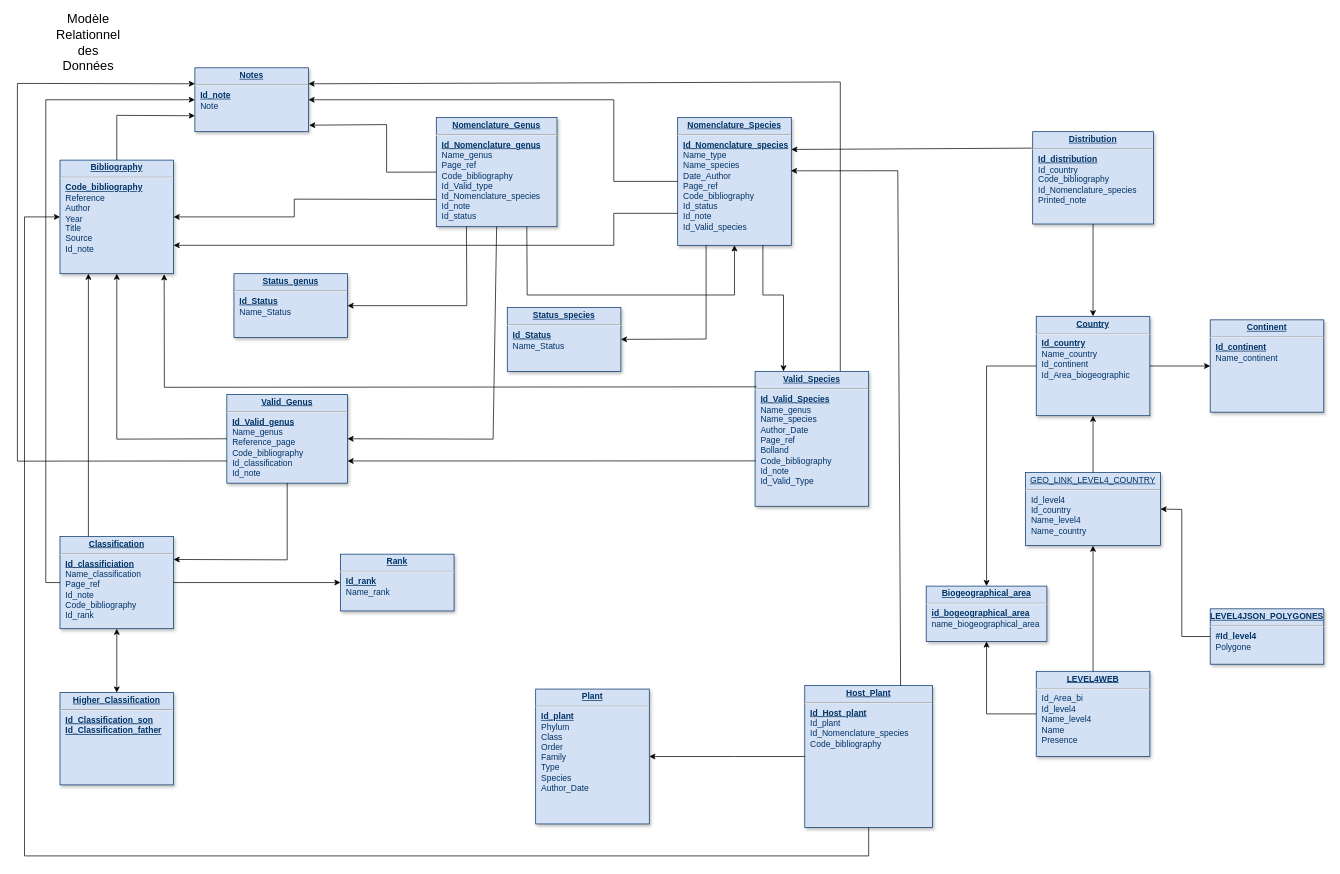
Above: Rapport de stage/Analyse/MRD.drawio in franckdor/spmdev2022 (draw.io), before the change. Source tidied: cells renumbered, new cells numbered last; positions are measured from the earlier drawing's top-left corner, leaving out a move shared by most shapes. Both pictures are drawn from the tidied source at 71%, with x=0, y=0 at pixel (17, 32).
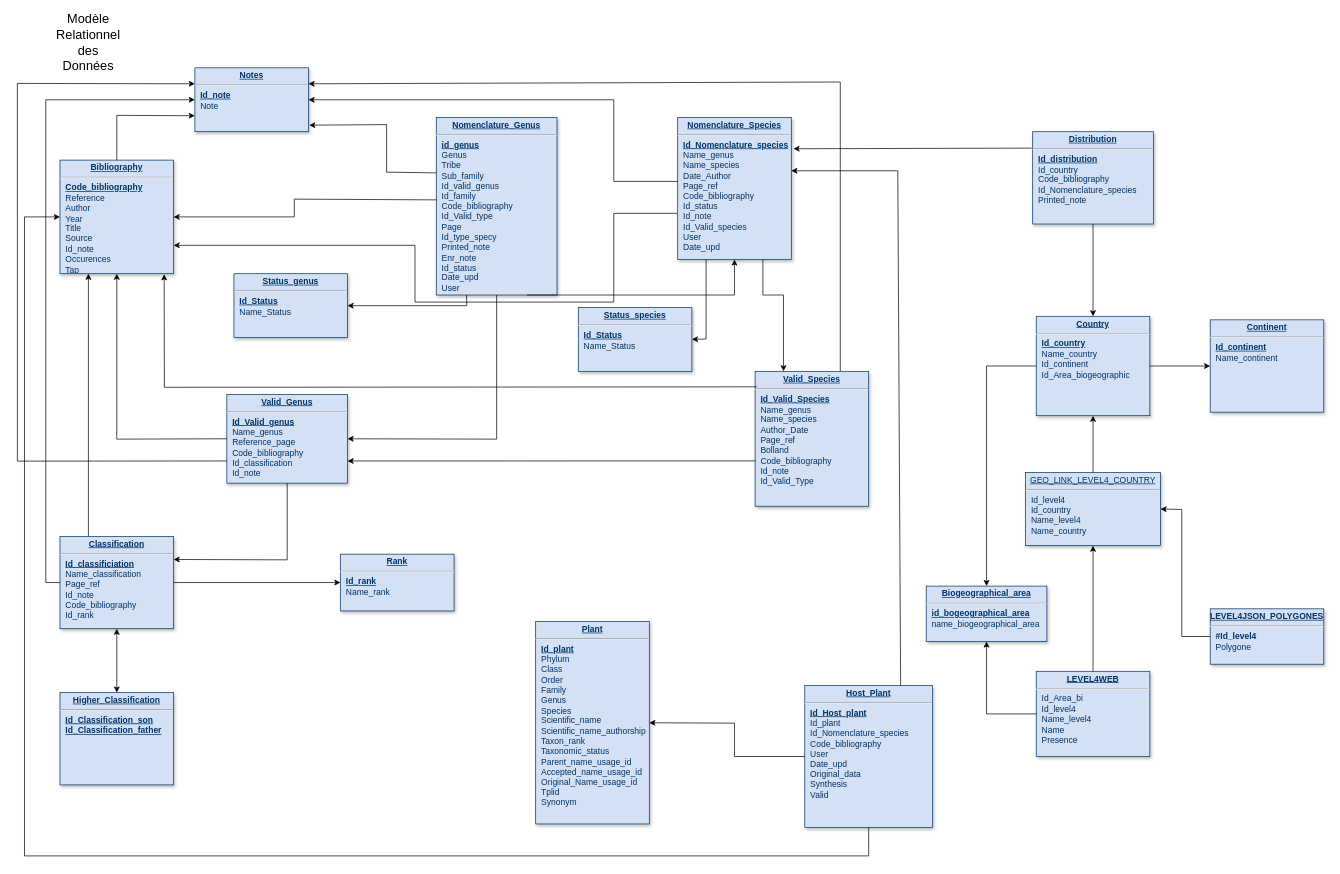
After the change.

Unchanged cells that the change refers to:
```xml
<mxCell id="2" value="&lt;p style=&quot;margin: 0px ; margin-top: 4px ; text-align: center ; text-decoration: underline&quot;&gt;&lt;b&gt;Valid_Genus&lt;/b&gt;&lt;/p&gt;&lt;hr&gt;&lt;p style=&quot;margin: 0px ; margin-left: 8px&quot;&gt;&lt;b&gt;&lt;u&gt;Id_Valid_genus&lt;/u&gt;&lt;/b&gt;&lt;/p&gt;&lt;p style=&quot;margin: 0px ; margin-left: 8px&quot;&gt;Name_genus&lt;/p&gt;&lt;p style=&quot;margin: 0px ; margin-left: 8px&quot;&gt;Reference_page&lt;/p&gt;&lt;p style=&quot;margin: 0px ; margin-left: 8px&quot;&gt;Code_bibliography&lt;/p&gt;&lt;p style=&quot;margin: 0px ; margin-left: 8px&quot;&gt;Id_classification&lt;/p&gt;&lt;p style=&quot;margin: 0px ; margin-left: 8px&quot;&gt;Id_note&lt;/p&gt;" style="verticalAlign=top;align=left;overflow=fill;fontSize=12;fontFamily=Helvetica;html=1;strokeColor=#003366;shadow=1;fillColor=#D4E1F5;fontColor=#003366;" parent="1" vertex="1">
  <mxGeometry x="295" y="510" width="170" height="125" as="geometry" />
</mxCell>
<mxCell id="9" value="&lt;p style=&quot;margin: 0px ; margin-top: 4px ; text-align: center ; text-decoration: underline&quot;&gt;&lt;strong&gt;Distribution&lt;/strong&gt;&lt;/p&gt;&lt;hr&gt;&lt;p style=&quot;margin: 0px ; margin-left: 8px&quot;&gt;&lt;u&gt;&lt;b&gt;Id_distribution&lt;/b&gt;&lt;/u&gt;&lt;/p&gt;&lt;p style=&quot;margin: 0px ; margin-left: 8px&quot;&gt;Id_country&lt;/p&gt;&lt;p style=&quot;margin: 0px ; margin-left: 8px&quot;&gt;Code_bibliography&lt;/p&gt;&lt;p style=&quot;margin: 0px ; margin-left: 8px&quot;&gt;Id_Nomenclature_species&lt;/p&gt;&lt;p style=&quot;margin: 0px ; margin-left: 8px&quot;&gt;Printed_note&lt;/p&gt;&lt;p style=&quot;margin: 0px ; margin-left: 8px&quot;&gt;&lt;br&gt;&lt;/p&gt;" style="verticalAlign=top;align=left;overflow=fill;fontSize=12;fontFamily=Helvetica;html=1;strokeColor=#003366;shadow=1;fillColor=#D4E1F5;fontColor=#003366;" parent="1" vertex="1">
  <mxGeometry x="1430" y="140" width="170" height="130" as="geometry" />
</mxCell>
<mxCell id="19" value="&lt;p style=&quot;margin: 0px ; margin-top: 4px ; text-align: center ; text-decoration: underline&quot;&gt;&lt;strong&gt;Notes&lt;/strong&gt;&lt;/p&gt;&lt;hr&gt;&lt;p style=&quot;margin: 0px ; margin-left: 8px&quot;&gt;&lt;u&gt;&lt;b&gt;Id_note&lt;/b&gt;&lt;/u&gt;&lt;/p&gt;&lt;p style=&quot;margin: 0px ; margin-left: 8px&quot;&gt;Note&lt;/p&gt;&lt;p style=&quot;margin: 0px ; margin-left: 8px&quot;&gt;&lt;br&gt;&lt;/p&gt;" style="verticalAlign=top;align=left;overflow=fill;fontSize=12;fontFamily=Helvetica;html=1;strokeColor=#003366;shadow=1;fillColor=#D4E1F5;fontColor=#003366;" parent="1" vertex="1">
  <mxGeometry x="250" y="50" width="160" height="90" as="geometry" />
</mxCell>
```

What changed in the source:
```diff
@@
-    <mxCell id="3" value="&lt;p style=&quot;margin: 0px ; margin-top: 4px ; text-align: center ; text-decoration: underline&quot;&gt;&lt;b&gt;Bibliography&lt;/b&gt;&lt;/p&gt;&lt;hr&gt;&lt;p style=&quot;margin: 0px ; margin-left: 8px&quot;&gt;&lt;b&gt;&lt;u&gt;Code_bibliography&lt;/u&gt;&lt;/b&gt;&lt;/p&gt;&lt;p style=&quot;margin: 0px ; margin-left: 8px&quot;&gt;Reference&lt;/p&gt;&lt;p style=&quot;margin: 0px ; margin-left: 8px&quot;&gt;Author&lt;/p&gt;&lt;p style=&quot;margin: 0px ; margin-left: 8px&quot;&gt;Year&lt;/p&gt;&lt;p style=&quot;margin: 0px ; margin-left: 8px&quot;&gt;Title&lt;/p&gt;&lt;p style=&quot;margin: 0px ; margin-left: 8px&quot;&gt;Source&lt;/p&gt;&lt;p style=&quot;margin: 0px ; margin-left: 8px&quot;&gt;Id_note&lt;/p&gt;" style="verticalAlign=top;align=left;overflow=fill;fontSize=12;fontFamily=Helvetica;html=1;strokeColor=#003366;shadow=1;fillColor=#D4E1F5;fontColor=#003366;" parent="1" vertex="1">
+    <mxCell id="3" value="&lt;p style=&quot;margin: 0px ; margin-top: 4px ; text-align: center ; text-decoration: underline&quot;&gt;&lt;b&gt;Bibliography&lt;/b&gt;&lt;/p&gt;&lt;hr&gt;&lt;p style=&quot;margin: 0px ; margin-left: 8px&quot;&gt;&lt;b&gt;&lt;u&gt;Code_bibliography&lt;/u&gt;&lt;/b&gt;&lt;/p&gt;&lt;p style=&quot;margin: 0px ; margin-left: 8px&quot;&gt;Reference&lt;/p&gt;&lt;p style=&quot;margin: 0px ; margin-left: 8px&quot;&gt;Author&lt;/p&gt;&lt;p style=&quot;margin: 0px ; margin-left: 8px&quot;&gt;Year&lt;/p&gt;&lt;p style=&quot;margin: 0px ; margin-left: 8px&quot;&gt;Title&lt;/p&gt;&lt;p style=&quot;margin: 0px ; margin-left: 8px&quot;&gt;Source&lt;/p&gt;&lt;p style=&quot;margin: 0px ; margin-left: 8px&quot;&gt;Id_note&lt;/p&gt;&lt;p style=&quot;margin: 0px ; margin-left: 8px&quot;&gt;Occurences&lt;/p&gt;&lt;p style=&quot;margin: 0px ; margin-left: 8px&quot;&gt;Tap&lt;/p&gt;" style="verticalAlign=top;align=left;overflow=fill;fontSize=12;fontFamily=Helvetica;html=1;strokeColor=#003366;shadow=1;fillColor=#D4E1F5;fontColor=#003366;" parent="1" vertex="1">
       <mxGeometry x="60" y="180" width="160" height="160" as="geometry" />
     </mxCell>
@@
-    <mxCell id="7" value="&lt;p style=&quot;margin: 0px ; margin-top: 4px ; text-align: center ; text-decoration: underline&quot;&gt;&lt;b&gt;Nomenclature_Species&lt;/b&gt;&lt;/p&gt;&lt;hr&gt;&lt;p style=&quot;margin: 0px ; margin-left: 8px&quot;&gt;&lt;b&gt;&lt;u&gt;Id_Nomenclature_species&lt;/u&gt;&lt;/b&gt;&lt;/p&gt;&lt;p style=&quot;margin: 0px ; margin-left: 8px&quot;&gt;Name_type&lt;/p&gt;&lt;p style=&quot;margin: 0px ; margin-left: 8px&quot;&gt;Name_species&lt;/p&gt;&lt;p style=&quot;margin: 0px ; margin-left: 8px&quot;&gt;Date_Author&lt;/p&gt;&lt;p style=&quot;margin: 0px ; margin-left: 8px&quot;&gt;Page_ref&lt;/p&gt;&lt;p style=&quot;margin: 0px ; margin-left: 8px&quot;&gt;Code_bibliography&lt;/p&gt;&lt;p style=&quot;margin: 0px ; margin-left: 8px&quot;&gt;Id_status&lt;/p&gt;&lt;p style=&quot;margin: 0px ; margin-left: 8px&quot;&gt;Id_note&lt;/p&gt;&lt;p style=&quot;margin: 0px ; margin-left: 8px&quot;&gt;Id_Valid_species&lt;/p&gt;&lt;p style=&quot;margin: 0px ; margin-left: 8px&quot;&gt;&lt;br&gt;&lt;/p&gt;" style="verticalAlign=top;align=left;overflow=fill;fontSize=12;fontFamily=Helvetica;html=1;strokeColor=#003366;shadow=1;fillColor=#D4E1F5;fontColor=#003366;" parent="1" vertex="1">
-      <mxGeometry x="930" y="120" width="160" height="180" as="geometry" />
+    <mxCell id="7" value="&lt;p style=&quot;margin: 0px ; margin-top: 4px ; text-align: center ; text-decoration: underline&quot;&gt;&lt;b&gt;Nomenclature_Species&lt;/b&gt;&lt;/p&gt;&lt;hr&gt;&lt;p style=&quot;margin: 0px ; margin-left: 8px&quot;&gt;&lt;b&gt;&lt;u&gt;Id_Nomenclature_species&lt;/u&gt;&lt;/b&gt;&lt;/p&gt;&lt;p style=&quot;margin: 0px ; margin-left: 8px&quot;&gt;Name_genus&lt;/p&gt;&lt;p style=&quot;margin: 0px ; margin-left: 8px&quot;&gt;Name_species&lt;/p&gt;&lt;p style=&quot;margin: 0px ; margin-left: 8px&quot;&gt;Date_Author&lt;/p&gt;&lt;p style=&quot;margin: 0px ; margin-left: 8px&quot;&gt;Page_ref&lt;/p&gt;&lt;p style=&quot;margin: 0px ; margin-left: 8px&quot;&gt;Code_bibliography&lt;/p&gt;&lt;p style=&quot;margin: 0px ; margin-left: 8px&quot;&gt;Id_status&lt;/p&gt;&lt;p style=&quot;margin: 0px ; margin-left: 8px&quot;&gt;Id_note&lt;/p&gt;&lt;p style=&quot;margin: 0px ; margin-left: 8px&quot;&gt;Id_Valid_species&lt;/p&gt;&lt;p style=&quot;margin: 0px ; margin-left: 8px&quot;&gt;User&lt;/p&gt;&lt;p style=&quot;margin: 0px ; margin-left: 8px&quot;&gt;Date_upd&lt;/p&gt;&lt;p style=&quot;margin: 0px ; margin-left: 8px&quot;&gt;&lt;br&gt;&lt;/p&gt;" style="verticalAlign=top;align=left;overflow=fill;fontSize=12;fontFamily=Helvetica;html=1;strokeColor=#003366;shadow=1;fillColor=#D4E1F5;fontColor=#003366;" parent="1" vertex="1">
+      <mxGeometry x="930" y="120" width="160" height="200" as="geometry" />
     </mxCell>
@@
-    <mxCell id="11" value="&lt;p style=&quot;margin: 0px ; margin-top: 4px ; text-align: center ; text-decoration: underline&quot;&gt;&lt;b&gt;Nomenclature_Genus&lt;/b&gt;&lt;/p&gt;&lt;hr&gt;&lt;p style=&quot;margin: 0px ; margin-left: 8px&quot;&gt;&lt;b&gt;&lt;u&gt;Id_Nomenclature_genus&lt;/u&gt;&lt;/b&gt;&lt;/p&gt;&lt;p style=&quot;margin: 0px ; margin-left: 8px&quot;&gt;Name_genus&lt;/p&gt;&lt;p style=&quot;margin: 0px ; margin-left: 8px&quot;&gt;Page_ref&lt;/p&gt;&lt;p style=&quot;margin: 0px ; margin-left: 8px&quot;&gt;Code_bibliography&lt;/p&gt;&lt;p style=&quot;margin: 0px ; margin-left: 8px&quot;&gt;Id_Valid_type&lt;/p&gt;&lt;p style=&quot;margin: 0px ; margin-left: 8px&quot;&gt;Id_Nomenclature_species&lt;/p&gt;&lt;p style=&quot;margin: 0px ; margin-left: 8px&quot;&gt;Id_note&lt;/p&gt;&lt;p style=&quot;margin: 0px ; margin-left: 8px&quot;&gt;Id_status&lt;/p&gt;" style="verticalAlign=top;align=left;overflow=fill;fontSize=12;fontFamily=Helvetica;html=1;strokeColor=#003366;shadow=1;fillColor=#D4E1F5;fontColor=#003366;" parent="1" vertex="1">
-      <mxGeometry x="590" y="120" width="170" height="153.8" as="geometry" />
+    <mxCell id="11" value="&lt;p style=&quot;margin: 0px ; margin-top: 4px ; text-align: center ; text-decoration: underline&quot;&gt;&lt;b&gt;Nomenclature_Genus&lt;/b&gt;&lt;/p&gt;&lt;hr&gt;&lt;p style=&quot;margin: 0px ; margin-left: 8px&quot;&gt;&lt;b&gt;&lt;u&gt;id_genus&lt;/u&gt;&lt;/b&gt;&lt;/p&gt;&lt;p style=&quot;margin: 0px ; margin-left: 8px&quot;&gt;Genus&lt;/p&gt;&lt;p style=&quot;margin: 0px ; margin-left: 8px&quot;&gt;Tribe&lt;/p&gt;&lt;p style=&quot;margin: 0px ; margin-left: 8px&quot;&gt;Sub_family&lt;/p&gt;&lt;p style=&quot;margin: 0px ; margin-left: 8px&quot;&gt;Id_valid_genus&lt;/p&gt;&lt;p style=&quot;margin: 0px ; margin-left: 8px&quot;&gt;Id_family&lt;/p&gt;&lt;p style=&quot;margin: 0px ; margin-left: 8px&quot;&gt;&lt;span style=&quot;background-color: initial;&quot;&gt;Code_bibliography&lt;/span&gt;&lt;br&gt;&lt;/p&gt;&lt;p style=&quot;margin: 0px ; margin-left: 8px&quot;&gt;&lt;span style=&quot;background-color: initial;&quot;&gt;Id_Valid_type&lt;/span&gt;&lt;br&gt;&lt;/p&gt;&lt;p style=&quot;margin: 0px ; margin-left: 8px&quot;&gt;&lt;span style=&quot;background-color: initial;&quot;&gt;Page&lt;/span&gt;&lt;/p&gt;&lt;p style=&quot;margin: 0px ; margin-left: 8px&quot;&gt;Id_type_specy&lt;/p&gt;&lt;p style=&quot;margin: 0px ; margin-left: 8px&quot;&gt;Printed_note&lt;/p&gt;&lt;p style=&quot;margin: 0px ; margin-left: 8px&quot;&gt;Enr_note&lt;/p&gt;&lt;p style=&quot;margin: 0px ; margin-left: 8px&quot;&gt;Id_status&lt;/p&gt;&lt;p style=&quot;margin: 0px ; margin-left: 8px&quot;&gt;Date_upd&lt;/p&gt;&lt;p style=&quot;margin: 0px ; margin-left: 8px&quot;&gt;User&lt;/p&gt;" style="verticalAlign=top;align=left;overflow=fill;fontSize=12;fontFamily=Helvetica;html=1;strokeColor=#003366;shadow=1;fillColor=#D4E1F5;fontColor=#003366;" parent="1" vertex="1">
+      <mxGeometry x="590" y="120" width="170" height="250" as="geometry" />
     </mxCell>
-    <mxCell id="12" value="&lt;p style=&quot;margin: 0px ; margin-top: 4px ; text-align: center ; text-decoration: underline&quot;&gt;&lt;b&gt;Plant&lt;/b&gt;&lt;/p&gt;&lt;hr&gt;&lt;p style=&quot;margin: 0px ; margin-left: 8px&quot;&gt;&lt;b&gt;&lt;u&gt;Id_plant&lt;/u&gt;&lt;/b&gt;&lt;/p&gt;&lt;p style=&quot;margin: 0px ; margin-left: 8px&quot;&gt;Phylum&lt;/p&gt;&lt;p style=&quot;margin: 0px ; margin-left: 8px&quot;&gt;Class&lt;/p&gt;&lt;p style=&quot;margin: 0px ; margin-left: 8px&quot;&gt;Order&lt;/p&gt;&lt;p style=&quot;margin: 0px ; margin-left: 8px&quot;&gt;Family&lt;/p&gt;&lt;p style=&quot;margin: 0px ; margin-left: 8px&quot;&gt;Type&lt;/p&gt;&lt;p style=&quot;margin: 0px ; margin-left: 8px&quot;&gt;Species&lt;/p&gt;&lt;p style=&quot;margin: 0px ; margin-left: 8px&quot;&gt;Author_Date&lt;/p&gt;&lt;p style=&quot;margin: 0px ; margin-left: 8px&quot;&gt;&lt;br&gt;&lt;/p&gt;" style="verticalAlign=top;align=left;overflow=fill;fontSize=12;fontFamily=Helvetica;html=1;strokeColor=#003366;shadow=1;fillColor=#D4E1F5;fontColor=#003366;" parent="1" vertex="1">
-      <mxGeometry x="730" y="925" width="160" height="190" as="geometry" />
+    <mxCell id="12" value="&lt;p style=&quot;margin: 0px ; margin-top: 4px ; text-align: center ; text-decoration: underline&quot;&gt;&lt;b&gt;Plant&lt;/b&gt;&lt;/p&gt;&lt;hr&gt;&lt;p style=&quot;margin: 0px ; margin-left: 8px&quot;&gt;&lt;b&gt;&lt;u&gt;Id_plant&lt;/u&gt;&lt;/b&gt;&lt;/p&gt;&lt;p style=&quot;margin: 0px ; margin-left: 8px&quot;&gt;Phylum&lt;/p&gt;&lt;p style=&quot;margin: 0px ; margin-left: 8px&quot;&gt;Class&lt;/p&gt;&lt;p style=&quot;margin: 0px ; margin-left: 8px&quot;&gt;Order&lt;/p&gt;&lt;p style=&quot;margin: 0px ; margin-left: 8px&quot;&gt;Family&lt;/p&gt;&lt;p style=&quot;margin: 0px ; margin-left: 8px&quot;&gt;Genus&lt;/p&gt;&lt;p style=&quot;margin: 0px ; margin-left: 8px&quot;&gt;Species&lt;/p&gt;&lt;p style=&quot;margin: 0px ; margin-left: 8px&quot;&gt;Scientific_name&lt;/p&gt;&lt;p style=&quot;margin: 0px ; margin-left: 8px&quot;&gt;Scientific_name_authorship&lt;/p&gt;&lt;p style=&quot;margin: 0px ; margin-left: 8px&quot;&gt;Taxon_rank&lt;/p&gt;&lt;p style=&quot;margin: 0px ; margin-left: 8px&quot;&gt;Taxonomic_status&lt;/p&gt;&lt;p style=&quot;margin: 0px ; margin-left: 8px&quot;&gt;Parent_name_usage_id&lt;/p&gt;&lt;p style=&quot;margin: 0px ; margin-left: 8px&quot;&gt;Accepted_name_usage_id&lt;/p&gt;&lt;p style=&quot;margin: 0px ; margin-left: 8px&quot;&gt;Original_Name_usage_id&lt;/p&gt;&lt;p style=&quot;margin: 0px ; margin-left: 8px&quot;&gt;Tplid&lt;/p&gt;&lt;p style=&quot;margin: 0px ; margin-left: 8px&quot;&gt;Synonym&lt;/p&gt;&lt;p style=&quot;margin: 0px ; margin-left: 8px&quot;&gt;&lt;br&gt;&lt;/p&gt;" style="verticalAlign=top;align=left;overflow=fill;fontSize=12;fontFamily=Helvetica;html=1;strokeColor=#003366;shadow=1;fillColor=#D4E1F5;fontColor=#003366;" parent="1" vertex="1">
+      <mxGeometry x="730" y="830" width="160" height="285" as="geometry" />
     </mxCell>
@@
-    <mxCell id="20" value="&lt;p style=&quot;margin: 0px ; margin-top: 4px ; text-align: center ; text-decoration: underline&quot;&gt;&lt;b&gt;Host_Plant&lt;/b&gt;&lt;/p&gt;&lt;hr&gt;&lt;p style=&quot;margin: 0px ; margin-left: 8px&quot;&gt;&lt;u&gt;&lt;b&gt;Id_Host_plant&lt;/b&gt;&lt;/u&gt;&lt;/p&gt;&lt;p style=&quot;margin: 0px ; margin-left: 8px&quot;&gt;Id_plant&lt;/p&gt;&lt;p style=&quot;margin: 0px ; margin-left: 8px&quot;&gt;&lt;span style=&quot;background-color: initial;&quot;&gt;Id_Nomenclature_species&lt;/span&gt;&lt;/p&gt;&lt;p style=&quot;margin: 0px ; margin-left: 8px&quot;&gt;Code_bibliography&lt;/p&gt;" style="verticalAlign=top;align=left;overflow=fill;fontSize=12;fontFamily=Helvetica;html=1;strokeColor=#003366;shadow=1;fillColor=#D4E1F5;fontColor=#003366;" parent="1" vertex="1">
+    <mxCell id="20" value="&lt;p style=&quot;margin: 0px ; margin-top: 4px ; text-align: center ; text-decoration: underline&quot;&gt;&lt;b&gt;Host_Plant&lt;/b&gt;&lt;/p&gt;&lt;hr&gt;&lt;p style=&quot;margin: 0px ; margin-left: 8px&quot;&gt;&lt;u&gt;&lt;b&gt;Id_Host_plant&lt;/b&gt;&lt;/u&gt;&lt;/p&gt;&lt;p style=&quot;margin: 0px ; margin-left: 8px&quot;&gt;Id_plant&lt;/p&gt;&lt;p style=&quot;margin: 0px ; margin-left: 8px&quot;&gt;&lt;span style=&quot;background-color: initial;&quot;&gt;Id_Nomenclature_species&lt;/span&gt;&lt;/p&gt;&lt;p style=&quot;margin: 0px ; margin-left: 8px&quot;&gt;Code_bibliography&lt;/p&gt;&lt;p style=&quot;margin: 0px ; margin-left: 8px&quot;&gt;User&lt;/p&gt;&lt;p style=&quot;margin: 0px ; margin-left: 8px&quot;&gt;Date_upd&lt;/p&gt;&lt;p style=&quot;margin: 0px ; margin-left: 8px&quot;&gt;Original_data&lt;/p&gt;&lt;p style=&quot;margin: 0px ; margin-left: 8px&quot;&gt;Synthesis&lt;/p&gt;&lt;p style=&quot;margin: 0px ; margin-left: 8px&quot;&gt;Valid&lt;/p&gt;" style="verticalAlign=top;align=left;overflow=fill;fontSize=12;fontFamily=Helvetica;html=1;strokeColor=#003366;shadow=1;fillColor=#D4E1F5;fontColor=#003366;" parent="1" vertex="1">
       <mxGeometry x="1109" y="920" width="180" height="200" as="geometry" />
     </mxCell>
-    <mxCell id="21" style="endArrow=classic;html=1;rounded=0;exitX=0;exitY=0.5;exitDx=0;exitDy=0;entryX=1.006;entryY=0.898;entryDx=0;entryDy=0;entryPerimeter=0;" parent="1" edge="1" source="11" target="19">
+    <mxCell id="21" style="endArrow=classic;html=1;rounded=0;exitX=0;exitY=0.312;exitDx=0;exitDy=0;entryX=1.006;entryY=0.898;entryDx=0;entryDy=0;entryPerimeter=0;exitPerimeter=0;" parent="1" edge="1" source="11" target="19">
       <mxGeometry relative="1" as="geometry">
         <Array as="points">
           <mxPoint x="520" y="197" />
           <mxPoint x="520" y="130" />
         </Array>
       </mxGeometry>
     </mxCell>
-    <mxCell id="22" style="endArrow=classic;html=1;rounded=0;entryX=1;entryY=0.5;entryDx=0;entryDy=0;exitX=0;exitY=0.5;exitDx=0;exitDy=0;" parent="1" edge="1" source="7" target="19">
+    <mxCell id="22" style="endArrow=classic;html=1;rounded=0;entryX=1;entryY=0.5;entryDx=0;entryDy=0;exitX=0;exitY=0.45;exitDx=0;exitDy=0;exitPerimeter=0;" parent="1" edge="1" source="7" target="19">
       <mxGeometry relative="1" as="geometry">
         <Array as="points">
           <mxPoint x="840" y="210" />
           <mxPoint x="840" y="95" />
         </Array>
       </mxGeometry>
     </mxCell>
@@
     <mxCell id="26" style="endArrow=classic;html=1;rounded=0;exitX=0.5;exitY=1;exitDx=0;exitDy=0;entryX=1;entryY=0.5;entryDx=0;entryDy=0;" parent="1" edge="1" source="11" target="2">
       <mxGeometry relative="1" as="geometry">
         <Array as="points">
-          <mxPoint x="670" y="573" />
+          <mxPoint x="675" y="573" />
         </Array>
       </mxGeometry>
     </mxCell>
-    <mxCell id="27" style="endArrow=classic;html=1;rounded=0;exitX=0;exitY=0.75;exitDx=0;exitDy=0;entryX=1;entryY=0.5;entryDx=0;entryDy=0;" parent="1" edge="1" source="11" target="3">
+    <mxCell id="27" style="endArrow=classic;html=1;rounded=0;exitX=0.006;exitY=0.464;exitDx=0;exitDy=0;entryX=1;entryY=0.5;entryDx=0;entryDy=0;exitPerimeter=0;" parent="1" edge="1" source="11" target="3">
       <mxGeometry relative="1" as="geometry">
         <Array as="points">
           <mxPoint x="390" y="235" />
           <mxPoint x="390" y="260" />
         </Array>
       </mxGeometry>
     </mxCell>
@@
-    <mxCell id="29" style="endArrow=classic;html=1;rounded=0;exitX=0;exitY=0.75;exitDx=0;exitDy=0;entryX=1;entryY=0.75;entryDx=0;entryDy=0;" parent="1" edge="1" source="7" target="3">
+    <mxCell id="29" style="endArrow=classic;html=1;rounded=0;exitX=-0.006;exitY=0.675;exitDx=0;exitDy=0;entryX=1;entryY=0.75;entryDx=0;entryDy=0;exitPerimeter=0;" parent="1" edge="1" source="7" target="3">
       <mxGeometry relative="1" as="geometry">
         <Array as="points">
           <mxPoint x="840" y="255" />
-          <mxPoint x="840" y="300" />
+          <mxPoint x="840" y="380" />
+          <mxPoint x="560" y="380" />
+          <mxPoint x="560" y="300" />
         </Array>
       </mxGeometry>
     </mxCell>
@@
     <mxCell id="40" style="endArrow=classic;html=1;rounded=0;exitX=0;exitY=0.5;exitDx=0;exitDy=0;entryX=1;entryY=0.5;entryDx=0;entryDy=0;" parent="1" edge="1" source="20" target="12">
       <mxGeometry relative="1" as="geometry">
         <Array as="points">
           <mxPoint x="1010" y="1020" />
+          <mxPoint x="1010" y="973" />
         </Array>
       </mxGeometry>
     </mxCell>
@@
-    <mxCell id="42" style="endArrow=classic;html=1;rounded=0;exitX=0.75;exitY=0;exitDx=0;exitDy=0;entryX=0.997;entryY=0.417;entryDx=0;entryDy=0;entryPerimeter=0;" parent="1" edge="1" source="20" target="7">
+    <mxCell id="42" style="endArrow=classic;html=1;rounded=0;exitX=0.75;exitY=0;exitDx=0;exitDy=0;" parent="1" edge="1" source="20">
       <mxGeometry relative="1" as="geometry">
+        <mxPoint x="1090" y="195" as="targetPoint" />
         <Array as="points">
           <mxPoint x="1240" y="195" />
         </Array>
       </mxGeometry>
     </mxCell>
-    <mxCell id="43" style="endArrow=classic;html=1;rounded=0;entryX=1;entryY=0.25;entryDx=0;entryDy=0;exitX=-0.008;exitY=0.178;exitDx=0;exitDy=0;exitPerimeter=0;" parent="1" edge="1" source="9" target="7">
+    <mxCell id="43" style="endArrow=classic;html=1;rounded=0;entryX=1.019;entryY=0.22;entryDx=0;entryDy=0;exitX=-0.008;exitY=0.178;exitDx=0;exitDy=0;exitPerimeter=0;entryPerimeter=0;" parent="1" edge="1" source="9" target="7">
       <mxGeometry relative="1" as="geometry" />
     </mxCell>
@@
     <mxCell id="50" value="&lt;p style=&quot;margin: 0px ; margin-top: 4px ; text-align: center ; text-decoration: underline&quot;&gt;&lt;strong&gt;Status_species&lt;/strong&gt;&lt;/p&gt;&lt;hr&gt;&lt;p style=&quot;margin: 0px ; margin-left: 8px&quot;&gt;&lt;b&gt;&lt;u&gt;Id_Status&lt;/u&gt;&lt;/b&gt;&lt;/p&gt;&lt;p style=&quot;margin: 0px ; margin-left: 8px&quot;&gt;Name_Status&lt;/p&gt;&lt;p style=&quot;margin: 0px ; margin-left: 8px&quot;&gt;&lt;br&gt;&lt;/p&gt;" style="verticalAlign=top;align=left;overflow=fill;fontSize=12;fontFamily=Helvetica;html=1;strokeColor=#003366;shadow=1;fillColor=#D4E1F5;fontColor=#003366;" parent="1" vertex="1">
-      <mxGeometry x="690" y="387.5" width="160" height="90" as="geometry" />
+      <mxGeometry x="790" y="387.5" width="160" height="90" as="geometry" />
     </mxCell>
```
